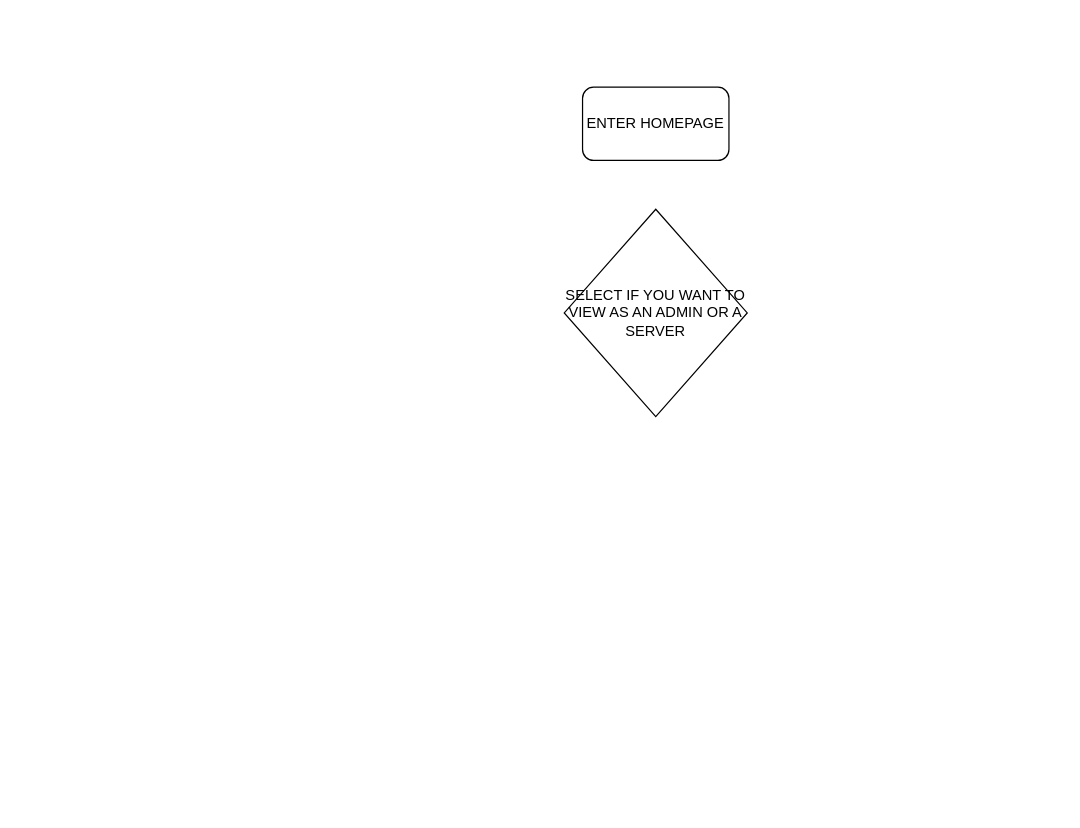
Earlier version of the draw.io diagram documentation/Untitled Diagram.drawio (KryptoFlamingo/Inventory_Management_App). Source tidied: cells renumbered, new cells numbered last; positions are measured from the earlier drawing's top-left corner, leaving out a move shared by most shapes. Both pictures are drawn from the tidied source at 122%, with x=0, y=0 at pixel (564, 87).
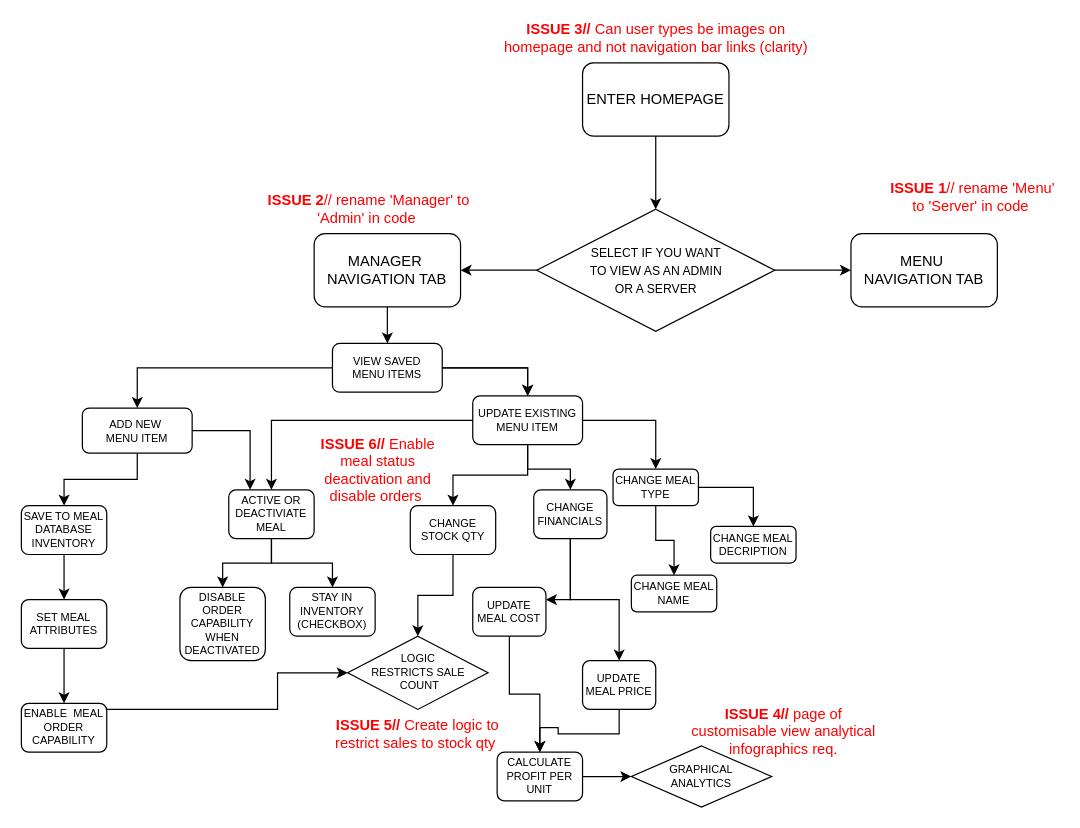
After the change.

Commit message (it also covers changes not shown here):
User Journey Diagram.drawio

The edit, as a diff of the source:
```diff
@@
+    <mxCell id="4" style="edgeStyle=orthogonalEdgeStyle;rounded=0;jettySize=auto;html=1;" parent="1" edge="1" source="2" target="3">
+      <mxGeometry relative="1" as="geometry" />
+    </mxCell>
     <mxCell id="2" value="ENTER HOMEPAGE" style="rounded=1;whiteSpace=wrap;html=1;" parent="1" vertex="1">
-      <mxGeometry x="15" width="120" height="60" as="geometry" />
+      <mxGeometry x="15" y="-20" width="120" height="60" as="geometry" />
     </mxCell>
+    <mxCell id="5" style="edgeStyle=orthogonalEdgeStyle;rounded=0;jettySize=auto;html=1;" parent="1" edge="1" source="3" target="9">
+      <mxGeometry relative="1" as="geometry" />
+    </mxCell>
+    <mxCell id="6" style="edgeStyle=orthogonalEdgeStyle;rounded=0;jettySize=auto;html=1;" parent="1" edge="1" source="3" target="8">
+      <mxGeometry relative="1" as="geometry" />
+    </mxCell>
-    <mxCell id="3" value="SELECT IF YOU WANT TO VIEW AS AN ADMIN OR A SERVER" style="rhombus;whiteSpace=wrap;html=1;" parent="1" vertex="1">
-      <mxGeometry y="100" width="150" height="170" as="geometry" />
+    <mxCell id="3" value="&lt;font style=&quot;font-size: 10px&quot;&gt;SELECT IF YOU WANT &lt;br&gt;TO VIEW AS AN ADMIN &lt;br&gt;OR A SERVER&lt;/font&gt;" style="rhombus;whiteSpace=wrap;html=1;" parent="1" vertex="1">
+      <mxGeometry x="-22.5" y="100" width="195" height="100" as="geometry" />
     </mxCell>
+    <mxCell id="7" style="edgeStyle=orthogonalEdgeStyle;rounded=0;jettySize=auto;html=1;fontSize=9;" parent="1" edge="1" source="8" target="16">
+      <mxGeometry relative="1" as="geometry" />
+    </mxCell>
+    <mxCell id="8" value="MANAGER&amp;nbsp;&lt;br&gt;NAVIGATION TAB" style="rounded=1;whiteSpace=wrap;html=1;" parent="1" vertex="1">
+      <mxGeometry x="-205" y="120" width="120" height="60" as="geometry" />
+    </mxCell>
+    <mxCell id="9" value="MENU&amp;nbsp;&lt;br&gt;NAVIGATION TAB" style="rounded=1;whiteSpace=wrap;html=1;" parent="1" vertex="1">
+      <mxGeometry x="235" y="120" width="120" height="60" as="geometry" />
+    </mxCell>
+    <mxCell id="10" value="&lt;b&gt;ISSUE 1&lt;/b&gt;// rename 'Menu' to 'Server' in code&amp;nbsp;" style="text;html=1;strokeColor=none;fillColor=none;align=center;verticalAlign=middle;whiteSpace=wrap;rounded=0;fontColor=#FF0000;" parent="1" vertex="1">
+      <mxGeometry x="265" y="80" width="140" height="20" as="geometry" />
+    </mxCell>
+    <mxCell id="11" value="&lt;b&gt;ISSUE 2&lt;/b&gt;// rename 'Manager' to 'Admin' in code&amp;nbsp;" style="text;html=1;strokeColor=none;fillColor=none;align=center;verticalAlign=middle;whiteSpace=wrap;rounded=0;fontColor=#FF0000;" parent="1" vertex="1">
+      <mxGeometry x="-245" y="90" width="170" height="20" as="geometry" />
+    </mxCell>
+    <mxCell id="12" value="&lt;b&gt;ISSUE 3// &lt;/b&gt;Can user types be images on homepage and not navigation bar links (clarity)" style="text;html=1;strokeColor=none;fillColor=none;align=center;verticalAlign=middle;whiteSpace=wrap;rounded=0;fontColor=#FF0000;" parent="1" vertex="1">
+      <mxGeometry x="-56.2" y="-50" width="262.5" height="20" as="geometry" />
+    </mxCell>
+    <mxCell id="13" style="edgeStyle=orthogonalEdgeStyle;rounded=0;jettySize=auto;html=1;fontSize=9;" parent="1" edge="1" source="16" target="24">
+      <mxGeometry relative="1" as="geometry" />
+    </mxCell>
+    <mxCell id="14" style="edgeStyle=orthogonalEdgeStyle;rounded=0;jettySize=auto;html=1;fontSize=9;" parent="1" edge="1" source="16" target="24">
+      <mxGeometry relative="1" as="geometry" />
+    </mxCell>
+    <mxCell id="15" style="edgeStyle=orthogonalEdgeStyle;rounded=0;jettySize=auto;html=1;fontSize=9;" parent="1" edge="1" source="16" target="19">
+      <mxGeometry relative="1" as="geometry" />
+    </mxCell>
+    <mxCell id="16" value="VIEW SAVED &lt;br&gt;MENU ITEMS" style="rounded=1;whiteSpace=wrap;html=1;fontSize=9;" parent="1" vertex="1">
+      <mxGeometry x="-190" y="210" width="90" height="40" as="geometry" />
+    </mxCell>
+    <mxCell id="17" style="edgeStyle=orthogonalEdgeStyle;rounded=0;jettySize=auto;html=1;fontSize=9;" parent="1" edge="1" source="19" target="53">
+      <mxGeometry relative="1" as="geometry" />
+    </mxCell>
+    <mxCell id="18" style="edgeStyle=orthogonalEdgeStyle;rounded=0;jettySize=auto;html=1;entryX=0.25;entryY=0;entryDx=0;entryDy=0;fontSize=9;" parent="1" edge="1" source="19" target="48">
+      <mxGeometry relative="1" as="geometry" />
+    </mxCell>
+    <mxCell id="19" value="ADD NEW&amp;nbsp;&lt;br&gt;MENU ITEM" style="rounded=1;whiteSpace=wrap;html=1;fontSize=9;" parent="1" vertex="1">
+      <mxGeometry x="-395" y="263" width="90" height="37" as="geometry" />
+    </mxCell>
+    <mxCell id="20" style="edgeStyle=orthogonalEdgeStyle;rounded=0;jettySize=auto;html=1;fontSize=9;" parent="1" edge="1" source="24" target="26">
+      <mxGeometry relative="1" as="geometry" />
+    </mxCell>
+    <mxCell id="21" style="edgeStyle=orthogonalEdgeStyle;rounded=0;jettySize=auto;html=1;entryX=0.5;entryY=0;entryDx=0;entryDy=0;fontSize=9;" parent="1" edge="1" source="24" target="29">
+      <mxGeometry relative="1" as="geometry" />
+    </mxCell>
+    <mxCell id="22" style="edgeStyle=orthogonalEdgeStyle;rounded=0;jettySize=auto;html=1;entryX=0.5;entryY=0;entryDx=0;entryDy=0;fontSize=9;" parent="1" edge="1" source="24" target="32">
+      <mxGeometry relative="1" as="geometry" />
+    </mxCell>
+    <mxCell id="23" style="edgeStyle=orthogonalEdgeStyle;rounded=0;jettySize=auto;html=1;entryX=0.5;entryY=0;entryDx=0;entryDy=0;fontSize=9;" parent="1" edge="1" source="24" target="48">
+      <mxGeometry relative="1" as="geometry" />
+    </mxCell>
+    <mxCell id="24" value="UPDATE EXISTING MENU ITEM" style="rounded=1;whiteSpace=wrap;html=1;fontSize=9;" parent="1" vertex="1">
+      <mxGeometry x="-75" y="253" width="90" height="40" as="geometry" />
+    </mxCell>
+    <mxCell id="25" style="edgeStyle=orthogonalEdgeStyle;rounded=0;jettySize=auto;html=1;fontSize=9;" parent="1" edge="1" source="26" target="43">
+      <mxGeometry relative="1" as="geometry" />
+    </mxCell>
+    <mxCell id="26" value="CHANGE STOCK QTY" style="rounded=1;whiteSpace=wrap;html=1;fontSize=9;" parent="1" vertex="1">
+      <mxGeometry x="-126.2" y="343" width="70" height="40" as="geometry" />
+    </mxCell>
+    <mxCell id="27" style="edgeStyle=orthogonalEdgeStyle;rounded=0;jettySize=auto;html=1;entryX=0.5;entryY=0;entryDx=0;entryDy=0;fontSize=9;" parent="1" edge="1" source="29" target="39">
+      <mxGeometry relative="1" as="geometry" />
+    </mxCell>
+    <mxCell id="28" style="edgeStyle=orthogonalEdgeStyle;rounded=0;jettySize=auto;html=1;entryX=1;entryY=0.25;entryDx=0;entryDy=0;fontSize=9;" parent="1" edge="1" source="29" target="37">
+      <mxGeometry relative="1" as="geometry" />
+    </mxCell>
+    <mxCell id="29" value="CHANGE FINANCIALS" style="rounded=1;whiteSpace=wrap;html=1;fontSize=9;" parent="1" vertex="1">
+      <mxGeometry x="-25" y="330" width="60" height="40" as="geometry" />
+    </mxCell>
+    <mxCell id="30" style="edgeStyle=orthogonalEdgeStyle;rounded=0;jettySize=auto;html=1;exitX=1;exitY=0.5;exitDx=0;exitDy=0;fontSize=9;entryX=0.5;entryY=0;entryDx=0;entryDy=0;" parent="1" edge="1" source="32" target="34">
+      <mxGeometry relative="1" as="geometry" />
+    </mxCell>
+    <mxCell id="31" style="edgeStyle=orthogonalEdgeStyle;rounded=0;jettySize=auto;html=1;entryX=0.5;entryY=0;entryDx=0;entryDy=0;fontSize=9;" parent="1" edge="1" source="32" target="33">
+      <mxGeometry relative="1" as="geometry" />
+    </mxCell>
+    <mxCell id="32" value="CHANGE MEAL TYPE" style="rounded=1;whiteSpace=wrap;html=1;fontSize=9;" parent="1" vertex="1">
+      <mxGeometry x="40" y="313" width="70" height="30" as="geometry" />
+    </mxCell>
+    <mxCell id="33" value="CHANGE MEAL NAME" style="rounded=1;whiteSpace=wrap;html=1;fontSize=9;" parent="1" vertex="1">
+      <mxGeometry x="55" y="400" width="70" height="30" as="geometry" />
+    </mxCell>
+    <mxCell id="34" value="CHANGE MEAL DECRIPTION" style="rounded=1;whiteSpace=wrap;html=1;fontSize=9;" parent="1" vertex="1">
+      <mxGeometry x="120" y="360" width="70" height="30" as="geometry" />
+    </mxCell>
+    <mxCell id="35" style="edgeStyle=orthogonalEdgeStyle;rounded=0;orthogonalLoop=1;jettySize=auto;html=1;exitX=0.5;exitY=1;exitDx=0;exitDy=0;fontSize=9;" parent="1" edge="1" source="32" target="32">
+      <mxGeometry relative="1" as="geometry" />
+    </mxCell>
+    <mxCell id="36" style="edgeStyle=orthogonalEdgeStyle;rounded=0;jettySize=auto;html=1;fontSize=9;" parent="1" edge="1" source="37" target="41">
+      <mxGeometry relative="1" as="geometry" />
+    </mxCell>
+    <mxCell id="37" value="UPDATE MEAL COST" style="rounded=1;whiteSpace=wrap;html=1;fontSize=9;" parent="1" vertex="1">
+      <mxGeometry x="-75" y="410" width="60" height="40" as="geometry" />
+    </mxCell>
+    <mxCell id="38" style="edgeStyle=orthogonalEdgeStyle;rounded=0;jettySize=auto;html=1;fontSize=9;" parent="1" edge="1" source="39" target="41">
+      <mxGeometry relative="1" as="geometry" />
+    </mxCell>
+    <mxCell id="39" value="UPDATE MEAL PRICE" style="rounded=1;whiteSpace=wrap;html=1;fontSize=9;" parent="1" vertex="1">
+      <mxGeometry x="15" y="470" width="60" height="40" as="geometry" />
+    </mxCell>
+    <mxCell id="40" style="edgeStyle=orthogonalEdgeStyle;rounded=0;jettySize=auto;html=1;fontSize=9;" parent="1" edge="1" source="41" target="42">
+      <mxGeometry relative="1" as="geometry" />
+    </mxCell>
+    <mxCell id="41" value="CALCULATE PROFIT PER UNIT" style="rounded=1;whiteSpace=wrap;html=1;fontSize=9;" parent="1" vertex="1">
+      <mxGeometry x="-55" y="545" width="70" height="40" as="geometry" />
+    </mxCell>
+    <mxCell id="42" value="GRAPHICAL &lt;br&gt;ANALYTICS" style="rhombus;whiteSpace=wrap;html=1;fontSize=9;" parent="1" vertex="1">
+      <mxGeometry x="55" y="540" width="115" height="50" as="geometry" />
+    </mxCell>
+    <mxCell id="43" value="LOGIC &lt;br&gt;RESTRICTS SALE&lt;br&gt;&amp;nbsp;COUNT" style="rhombus;whiteSpace=wrap;html=1;fontSize=9;" parent="1" vertex="1">
+      <mxGeometry x="-177.5" y="450" width="115" height="60" as="geometry" />
+    </mxCell>
+    <mxCell id="44" value="&lt;b&gt;ISSUE 4//&lt;/b&gt;&amp;nbsp;page of customisable view analytical infographics req." style="text;html=1;strokeColor=none;fillColor=none;align=center;verticalAlign=middle;whiteSpace=wrap;rounded=0;fontColor=#FF0000;" parent="1" vertex="1">
+      <mxGeometry x="95" y="518" width="170" height="20" as="geometry" />
+    </mxCell>
+    <mxCell id="45" value="&lt;b&gt;ISSUE 5//&lt;/b&gt;&amp;nbsp;Create logic to restrict sales to stock qty&amp;nbsp;" style="text;html=1;strokeColor=none;fillColor=none;align=center;verticalAlign=middle;whiteSpace=wrap;rounded=0;fontColor=#FF0000;" parent="1" vertex="1">
+      <mxGeometry x="-205" y="509" width="170" height="42" as="geometry" />
+    </mxCell>
+    <mxCell id="46" style="edgeStyle=orthogonalEdgeStyle;rounded=0;jettySize=auto;html=1;fontSize=9;" parent="1" edge="1" source="48" target="50">
+      <mxGeometry relative="1" as="geometry" />
+    </mxCell>
+    <mxCell id="47" style="edgeStyle=orthogonalEdgeStyle;rounded=0;jettySize=auto;html=1;entryX=0.5;entryY=0;entryDx=0;entryDy=0;fontSize=9;" parent="1" edge="1" source="48" target="51">
+      <mxGeometry relative="1" as="geometry" />
+    </mxCell>
+    <mxCell id="48" value="ACTIVE OR DEACTIVIATE MEAL" style="rounded=1;whiteSpace=wrap;html=1;fontSize=9;" parent="1" vertex="1">
+      <mxGeometry x="-275" y="330" width="70" height="40" as="geometry" />
+    </mxCell>
+    <mxCell id="49" value="&lt;b&gt;ISSUE 6//&lt;/b&gt;&amp;nbsp;Enable meal status deactivation and disable orders&amp;nbsp;" style="text;html=1;strokeColor=none;fillColor=none;align=center;verticalAlign=middle;whiteSpace=wrap;rounded=0;fontColor=#FF0000;" parent="1" vertex="1">
+      <mxGeometry x="-205" y="288" width="105" height="52" as="geometry" />
+    </mxCell>
+    <mxCell id="50" value="STAY IN INVENTORY (CHECKBOX)" style="rounded=1;whiteSpace=wrap;html=1;fontSize=9;" parent="1" vertex="1">
+      <mxGeometry x="-225" y="410" width="70" height="40" as="geometry" />
+    </mxCell>
+    <mxCell id="51" value="DISABLE ORDER CAPABILITY WHEN DEACTIVATED" style="rounded=1;whiteSpace=wrap;html=1;fontSize=9;" parent="1" vertex="1">
+      <mxGeometry x="-315" y="410" width="70" height="60" as="geometry" />
+    </mxCell>
+    <mxCell id="52" style="edgeStyle=orthogonalEdgeStyle;rounded=0;jettySize=auto;html=1;fontSize=9;" parent="1" edge="1" source="53" target="55">
+      <mxGeometry relative="1" as="geometry" />
+    </mxCell>
+    <mxCell id="53" value="SAVE TO MEAL DATABASE INVENTORY" style="rounded=1;whiteSpace=wrap;html=1;fontSize=9;" parent="1" vertex="1">
+      <mxGeometry x="-445" y="343" width="70" height="40" as="geometry" />
+    </mxCell>
+    <mxCell id="54" style="edgeStyle=orthogonalEdgeStyle;rounded=0;jettySize=auto;html=1;fontSize=9;" parent="1" edge="1" source="55" target="57">
+      <mxGeometry relative="1" as="geometry" />
+    </mxCell>
+    <mxCell id="55" value="SET MEAL ATTRIBUTES" style="rounded=1;whiteSpace=wrap;html=1;fontSize=9;" parent="1" vertex="1">
+      <mxGeometry x="-445" y="420" width="70" height="40" as="geometry" />
+    </mxCell>
+    <mxCell id="56" style="edgeStyle=orthogonalEdgeStyle;rounded=0;jettySize=auto;html=1;entryX=0;entryY=0.5;entryDx=0;entryDy=0;fontSize=9;" parent="1" edge="1" source="57" target="43">
+      <mxGeometry relative="1" as="geometry">
+        <Array as="points">
+          <mxPoint x="-235" y="510" />
+          <mxPoint x="-235" y="480" />
+        </Array>
+      </mxGeometry>
+    </mxCell>
+    <mxCell id="57" value="ENABLE&amp;nbsp; MEAL ORDER CAPABILITY" style="rounded=1;whiteSpace=wrap;html=1;fontSize=9;" parent="1" vertex="1">
+      <mxGeometry x="-445" y="505" width="70" height="40" as="geometry" />
+    </mxCell>
```
